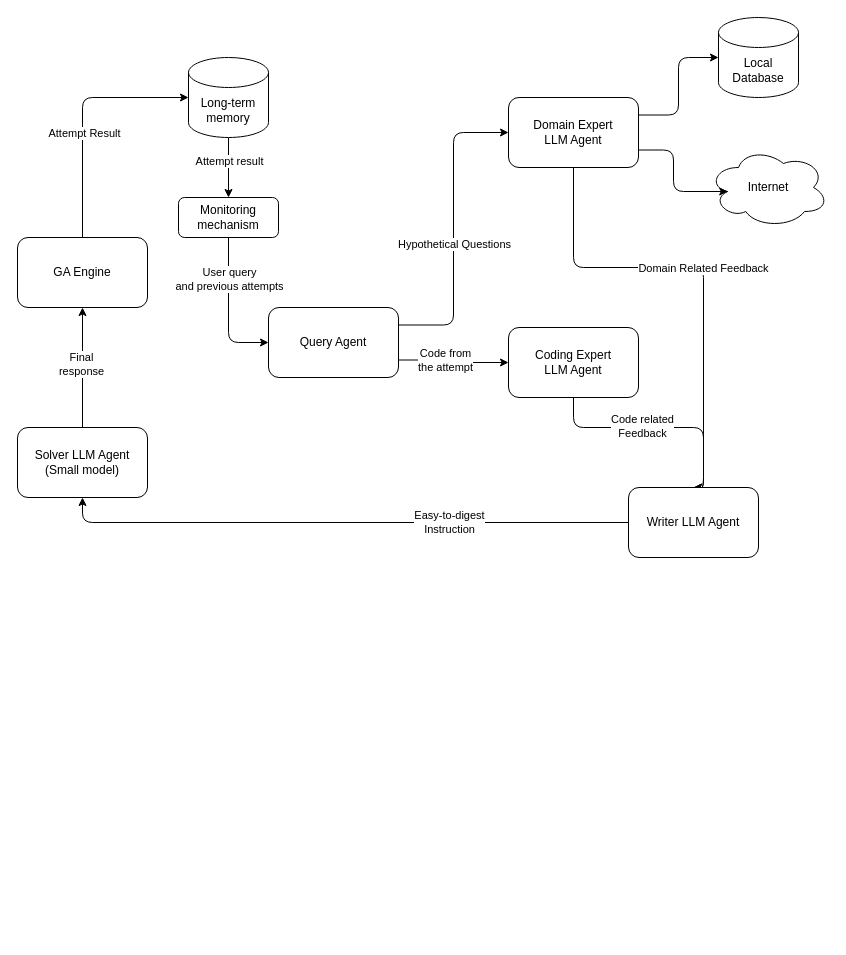
Before: SystemDiagram.drawio in RPW-11/Blackboard-LLMs-Iterative-Refinement-BLIR-, a draw.io diagram. Source tidied: cells renumbered, new cells numbered last; positions are measured from the earlier drawing's top-left corner, leaving out a move shared by most shapes. Both pictures are drawn from the tidied source at 100%, with x=0, y=0 at pixel (17, 17).
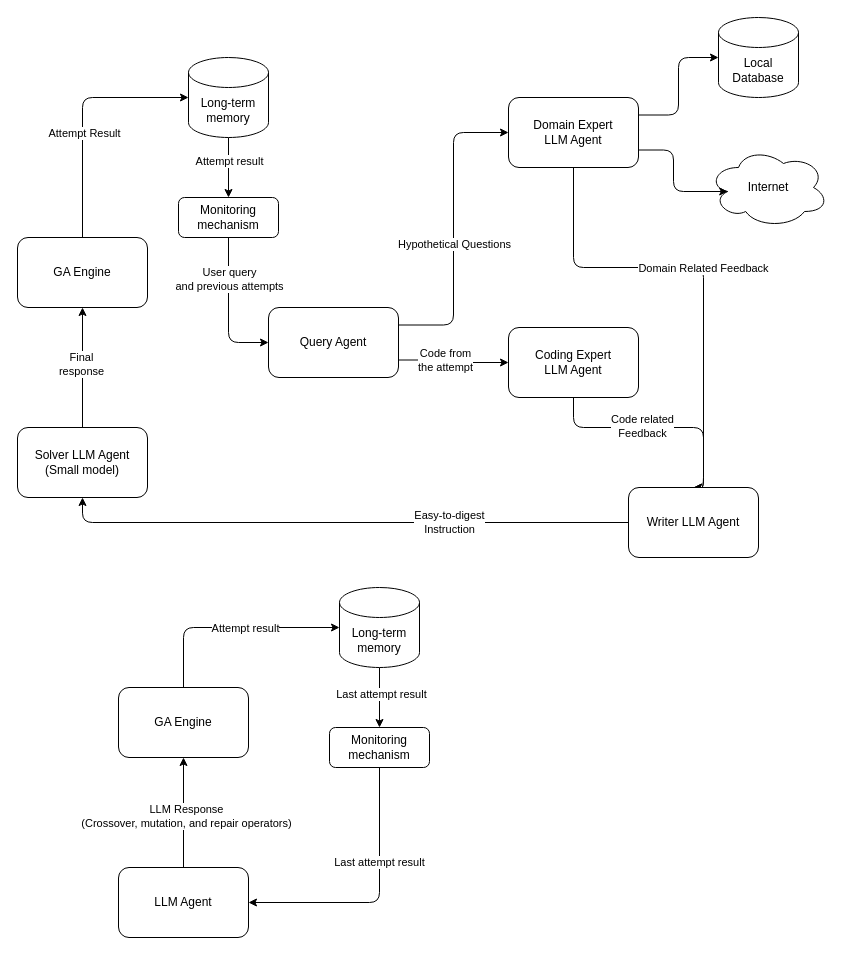
The same diagram, later.

Diff of the diagram source:
```diff
@@
+    <mxCell id="32" style="edgeStyle=orthogonalEdgeStyle;rounded=0;jettySize=auto;html=1;exitX=0.5;exitY=0;exitDx=0;exitDy=0;entryX=0.5;entryY=1;entryDx=0;entryDy=0;" parent="1" edge="1" source="34" target="41">
+      <mxGeometry relative="1" as="geometry" />
+    </mxCell>
+    <mxCell id="33" value="LLM Response&lt;div&gt;(Crossover, mutation, and repair operators)&lt;/div&gt;" style="edgeLabel;html=1;align=center;verticalAlign=middle;" parent="32" vertex="1">
+      <mxGeometry x="-0.05" y="-2" relative="1" as="geometry" />
+    </mxCell>
+    <mxCell id="34" value="LLM Agent" style="rounded=1;whiteSpace=wrap;html=1;" parent="1" vertex="1">
+      <mxGeometry x="101" y="850" width="130" height="70" as="geometry" />
+    </mxCell>
+    <mxCell id="35" style="edgeStyle=orthogonalEdgeStyle;rounded=0;jettySize=auto;html=1;exitX=0.5;exitY=1;exitDx=0;exitDy=0;exitPerimeter=0;entryX=0.5;entryY=0;entryDx=0;entryDy=0;" parent="1" edge="1" source="37" target="40">
+      <mxGeometry relative="1" as="geometry" />
+    </mxCell>
+    <mxCell id="36" value="Last attempt result" style="edgeLabel;html=1;align=center;verticalAlign=middle;" parent="35" vertex="1">
+      <mxGeometry x="-0.13" y="1" relative="1" as="geometry" />
+    </mxCell>
+    <mxCell id="37" value="Long-term memory" style="shape=cylinder3;whiteSpace=wrap;html=1;boundedLbl=1;backgroundOutline=1;size=15;" parent="1" vertex="1">
+      <mxGeometry x="322" y="570" width="80" height="80" as="geometry" />
+    </mxCell>
+    <mxCell id="38" style="edgeStyle=orthogonalEdgeStyle;rounded=1;jettySize=auto;html=1;exitX=0.5;exitY=1;exitDx=0;exitDy=0;entryX=1;entryY=0.5;entryDx=0;entryDy=0;curved=0;" parent="1" edge="1" source="40" target="34">
+      <mxGeometry relative="1" as="geometry" />
+    </mxCell>
+    <mxCell id="39" value="Last attempt result" style="edgeLabel;html=1;align=center;verticalAlign=middle;" parent="38" vertex="1">
+      <mxGeometry x="-0.29" y="-1" relative="1" as="geometry" />
+    </mxCell>
+    <mxCell id="40" value="Monitoring&lt;div&gt;mechanism&lt;/div&gt;" style="rounded=1;whiteSpace=wrap;html=1;" parent="1" vertex="1">
+      <mxGeometry x="312" y="710" width="100" height="40" as="geometry" />
+    </mxCell>
+    <mxCell id="41" value="GA Engine" style="rounded=1;whiteSpace=wrap;html=1;" parent="1" vertex="1">
+      <mxGeometry x="101" y="670" width="130" height="70" as="geometry" />
+    </mxCell>
+    <mxCell id="42" style="edgeStyle=orthogonalEdgeStyle;rounded=1;jettySize=auto;html=1;exitX=0.5;exitY=0;exitDx=0;exitDy=0;entryX=0;entryY=0.5;entryDx=0;entryDy=0;entryPerimeter=0;curved=0;" parent="1" edge="1" source="41" target="37">
+      <mxGeometry relative="1" as="geometry" />
+    </mxCell>
+    <mxCell id="43" value="Attempt result" style="edgeLabel;html=1;align=center;verticalAlign=middle;" parent="42" vertex="1">
+      <mxGeometry x="0.12" relative="1" as="geometry" />
+    </mxCell>
```
